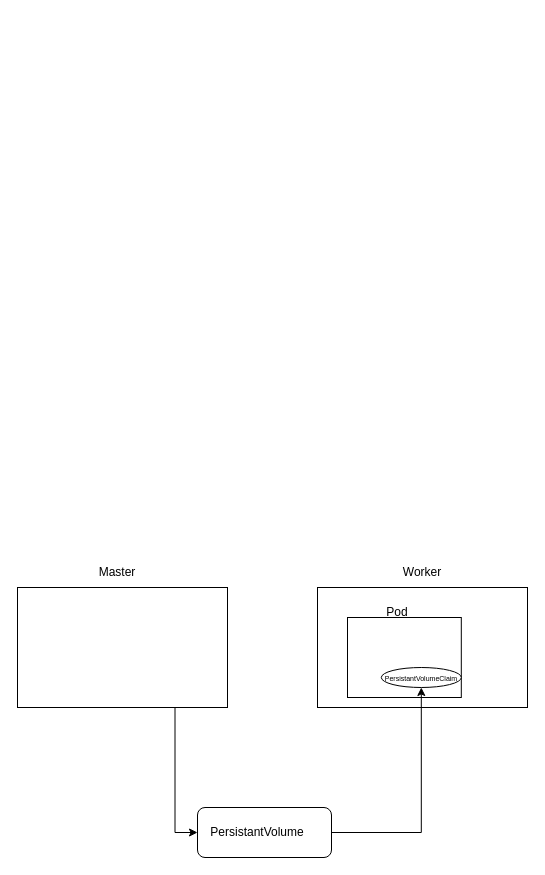
Above: noah_k8s.drawio in tosnoah/drawio (draw.io), before the change. Source tidied: cells renumbered, new cells numbered last; positions are measured from the earlier drawing's top-left corner, leaving out a move shared by most shapes. Both pictures are drawn from the tidied source at 100%, with x=0, y=0 at pixel (17, 557).
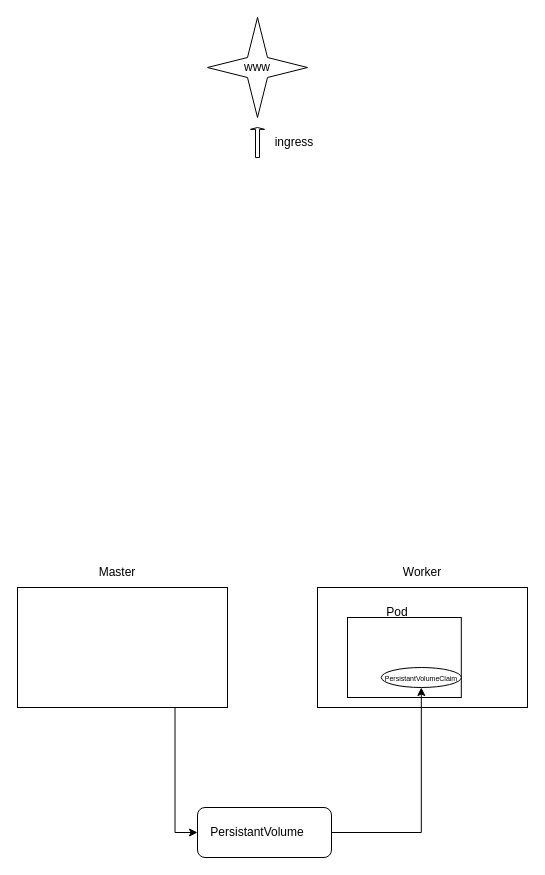
The same page after the edit.

Change to the diagram source:
```diff
@@
 <mxGraphModel>
   <root>
     <mxCell id="0" />
     <mxCell id="1" parent="0" />
     <mxCell id="2" style="edgeStyle=orthogonalEdgeStyle;rounded=0;jettySize=auto;html=1;exitX=0.75;exitY=1;exitDx=0;exitDy=0;entryX=0;entryY=0.5;entryDx=0;entryDy=0;fontSize=7;" parent="1" edge="1" source="3" target="5">
       <mxGeometry relative="1" as="geometry" />
     </mxCell>
     <mxCell id="3" style="rounded=0;whiteSpace=wrap;html=1;" parent="1" vertex="1">
       <mxGeometry y="30" width="210" height="120" as="geometry" />
     </mxCell>
     <mxCell id="4" style="rounded=0;whiteSpace=wrap;html=1;" parent="1" vertex="1">
       <mxGeometry x="300" y="30" width="210" height="120" as="geometry" />
     </mxCell>
     <mxCell id="5" style="rounded=1;whiteSpace=wrap;html=1;" parent="1" vertex="1">
       <mxGeometry x="180" y="250" width="134" height="50" as="geometry" />
     </mxCell>
     <mxCell id="6" style="rounded=0;whiteSpace=wrap;html=1;" parent="1" vertex="1">
       <mxGeometry x="330" y="60" width="113.8" height="80" as="geometry" />
     </mxCell>
     <mxCell id="7" value="Master" style="text;strokeColor=none;align=center;fillColor=none;html=1;verticalAlign=middle;whiteSpace=wrap;rounded=0;" parent="1" vertex="1">
       <mxGeometry x="70" width="60" height="30" as="geometry" />
     </mxCell>
     <mxCell id="8" value="Worker" style="text;strokeColor=none;align=center;fillColor=none;html=1;verticalAlign=middle;whiteSpace=wrap;rounded=0;" parent="1" vertex="1">
       <mxGeometry x="375" width="60" height="30" as="geometry" />
     </mxCell>
     <mxCell id="9" value="PersistantVolume" style="text;strokeColor=none;align=center;fillColor=none;html=1;verticalAlign=middle;whiteSpace=wrap;rounded=0;" parent="1" vertex="1">
       <mxGeometry x="210" y="260" width="60" height="30" as="geometry" />
     </mxCell>
     <mxCell id="10" value="Pod" style="text;strokeColor=none;align=center;fillColor=none;html=1;verticalAlign=middle;whiteSpace=wrap;rounded=0;" parent="1" vertex="1">
       <mxGeometry x="350" y="40" width="60" height="30" as="geometry" />
     </mxCell>
     <mxCell id="11" style="ellipse;whiteSpace=wrap;html=1;fontSize=7;" parent="1" vertex="1">
       <mxGeometry x="363.8" y="110" width="80" height="20" as="geometry" />
     </mxCell>
     <mxCell id="12" value="&lt;font style=&quot;font-size: 7px;&quot;&gt;PersistantVolumeClaim&lt;/font&gt;" style="text;strokeColor=none;align=center;fillColor=none;html=1;verticalAlign=middle;whiteSpace=wrap;rounded=0;" parent="1" vertex="1">
       <mxGeometry x="373.8" y="105" width="60" height="30" as="geometry" />
     </mxCell>
     <mxCell id="13" style="edgeStyle=orthogonalEdgeStyle;rounded=0;jettySize=auto;html=1;fontSize=7;exitX=1;exitY=0.5;exitDx=0;exitDy=0;" parent="1" edge="1" source="5" target="11">
       <mxGeometry relative="1" as="geometry" />
     </mxCell>
+    <mxCell id="14" style="verticalLabelPosition=bottom;verticalAlign=top;html=1;shape=mxgraph.basic.4_point_star_2;dx=0.8;fontSize=7;" parent="1" vertex="1">
+      <mxGeometry x="190" y="-540" width="100" height="100" as="geometry" />
+    </mxCell>
+    <mxCell id="15" value="www" style="text;strokeColor=none;align=center;fillColor=none;html=1;verticalAlign=middle;whiteSpace=wrap;rounded=0;" parent="1" vertex="1">
+      <mxGeometry x="210" y="-505" width="60" height="30" as="geometry" />
+    </mxCell>
+    <mxCell id="16" style="shape=singleArrow;direction=north;whiteSpace=wrap;html=1;fontSize=7;arrowWidth=0.2857142857142857;arrowSize=0.0625;" parent="1" vertex="1">
+      <mxGeometry x="233" y="-430" width="14" height="30" as="geometry" />
+    </mxCell>
+    <mxCell id="17" value="ingress" style="text;strokeColor=none;align=center;fillColor=none;html=1;verticalAlign=middle;whiteSpace=wrap;rounded=0;" parent="1" vertex="1">
+      <mxGeometry x="247" y="-430" width="60" height="30" as="geometry" />
+    </mxCell>
   </root>
 </mxGraphModel>
```
